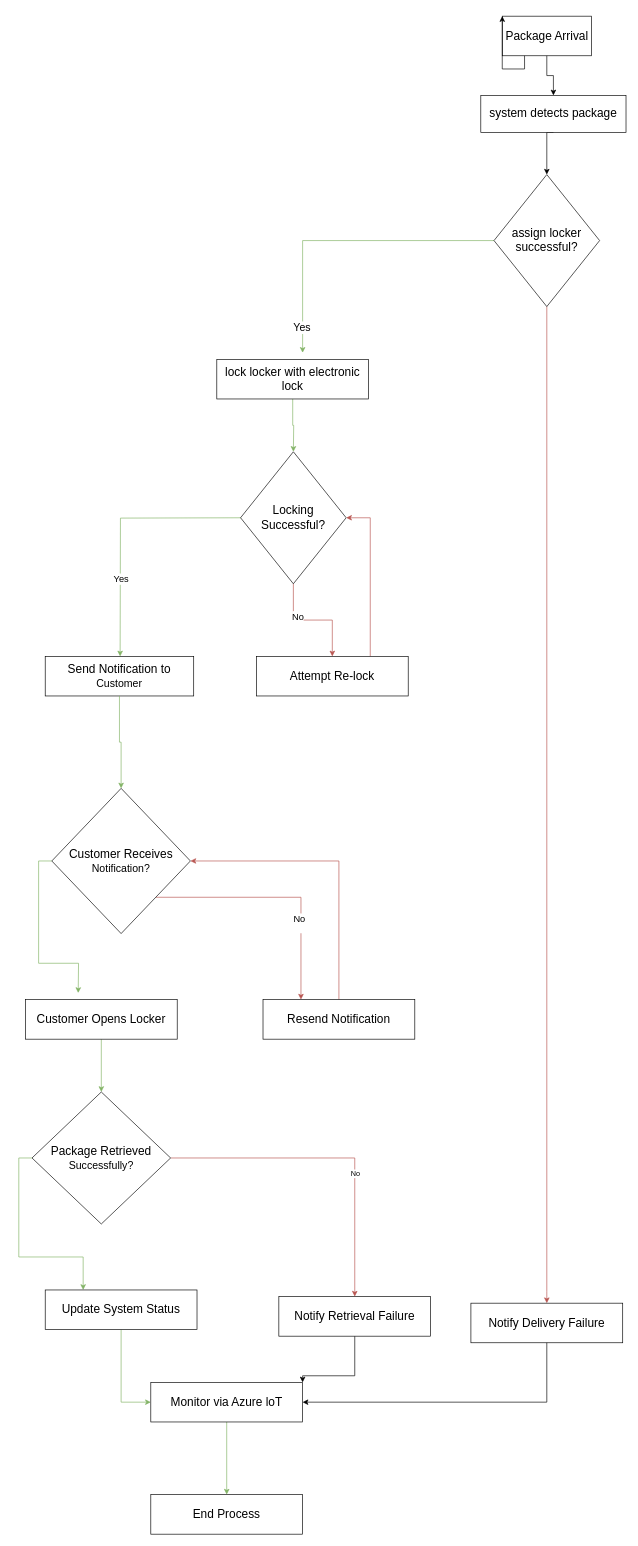
Balagopal-nagulagama/S1-T21 keeps this draw.io diagram as Untitled Diagram.drawio. Above is the earlier version. Source tidied: cells renumbered, new cells numbered last; positions are measured from the earlier drawing's top-left corner, leaving out a move shared by most shapes. Both pictures are drawn from the tidied source at 66%, with x=0, y=0 at pixel (25, 16).
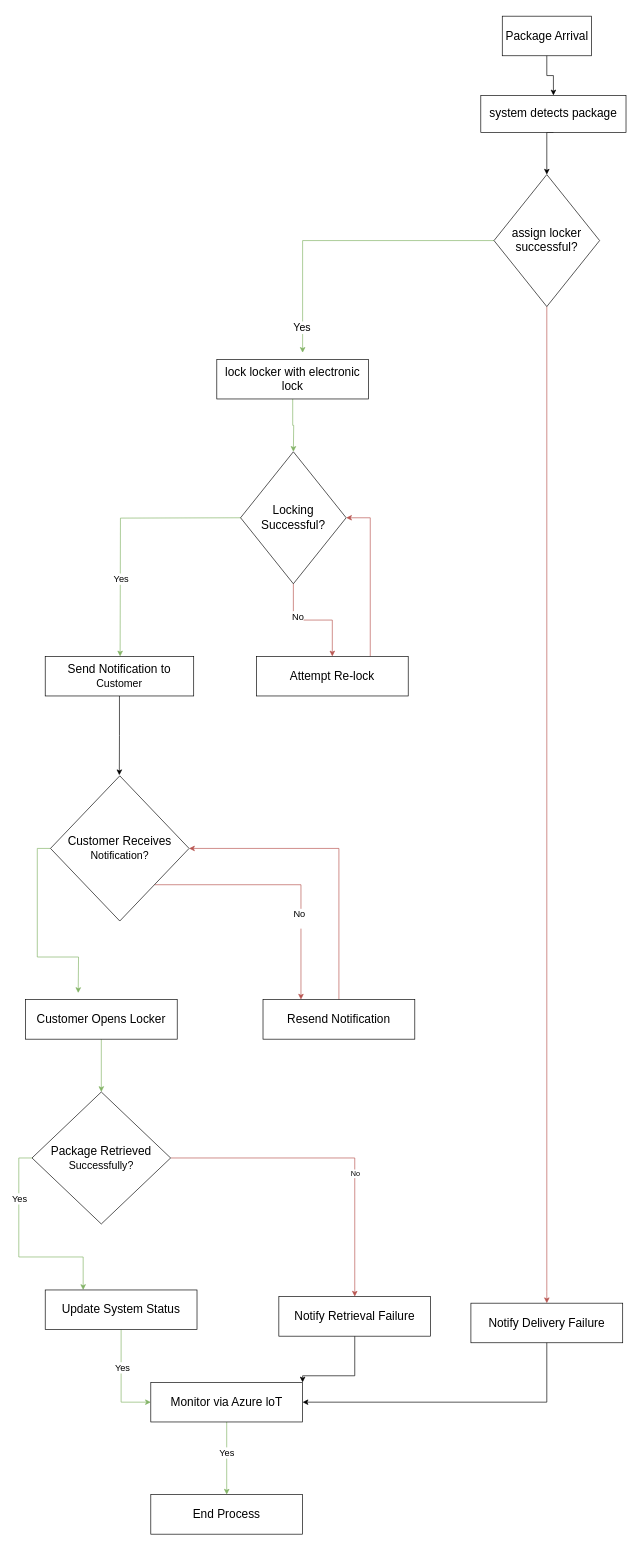
The same page after the edit.

The change refers to these unchanged cells:
```xml
<mxCell id="3" value="&lt;font style=&quot;font-size: 18px;&quot;&gt;Package Arrival&lt;/font&gt;" style="rounded=0;whiteSpace=wrap;html=1;" parent="1" vertex="1">
  <mxGeometry x="722.5" width="135" height="60" as="geometry" />
</mxCell>
<mxCell id="15" value="&lt;div&gt;&lt;font style=&quot;font-size: 18px;&quot;&gt;Send Notification to&lt;/font&gt;&lt;/div&gt;&lt;div&gt;&lt;font size=&quot;3&quot;&gt;Customer&lt;/font&gt;&lt;/div&gt;" style="rounded=0;whiteSpace=wrap;html=1;" parent="1" vertex="1">
  <mxGeometry x="30" y="970" width="225" height="60" as="geometry" />
</mxCell>
<mxCell id="26" style="edgeStyle=orthogonalEdgeStyle;rounded=0;jettySize=auto;html=1;exitX=0;exitY=0.5;exitDx=0;exitDy=0;entryX=0.25;entryY=0;entryDx=0;entryDy=0;fillColor=#d5e8d4;strokeColor=#82b366;gradientColor=#97d077;" parent="1" edge="1" source="29" target="32">
  <mxGeometry relative="1" as="geometry" />
</mxCell>
<mxCell id="31" style="edgeStyle=orthogonalEdgeStyle;rounded=0;jettySize=auto;html=1;exitX=0.5;exitY=1;exitDx=0;exitDy=0;entryX=0;entryY=0.5;entryDx=0;entryDy=0;fillColor=#d5e8d4;gradientColor=#97d077;strokeColor=#82b366;" parent="1" edge="1" source="32" target="37">
  <mxGeometry relative="1" as="geometry" />
</mxCell>
<mxCell id="36" style="edgeStyle=orthogonalEdgeStyle;rounded=0;jettySize=auto;html=1;exitX=0.5;exitY=1;exitDx=0;exitDy=0;entryX=0.5;entryY=0;entryDx=0;entryDy=0;fillColor=#d5e8d4;gradientColor=#97d077;strokeColor=#82b366;" parent="1" edge="1" source="37" target="38">
  <mxGeometry relative="1" as="geometry" />
</mxCell>
```

The edit, as a diff of the source:
```diff
@@
+    <mxCell id="43" style="edgeStyle=orthogonalEdgeStyle;rounded=0;jettySize=auto;html=1;exitX=0.5;exitY=1;exitDx=0;exitDy=0;" parent="1" edge="1" source="15">
+      <mxGeometry relative="1" as="geometry">
+        <mxPoint x="142.3" y="1150" as="targetPoint" />
+      </mxGeometry>
+    </mxCell>
@@
-    <mxCell id="17" style="edgeStyle=orthogonalEdgeStyle;rounded=0;jettySize=auto;html=1;exitX=0.5;exitY=1;exitDx=0;exitDy=0;entryX=0.5;entryY=0;entryDx=0;entryDy=0;fillColor=#d5e8d4;strokeColor=#82b366;" parent="1" edge="1" source="15" target="22">
-      <mxGeometry relative="1" as="geometry" />
-    </mxCell>
@@
     <mxCell id="22" value="&lt;div&gt;&lt;font style=&quot;font-size: 18px;&quot;&gt;Customer Receives&lt;/font&gt;&lt;/div&gt;&lt;div&gt;&lt;font size=&quot;3&quot;&gt;Notification?&lt;/font&gt;&lt;/div&gt;" style="rhombus;whiteSpace=wrap;html=1;" parent="1" vertex="1">
-      <mxGeometry x="40" y="1170" width="210" height="220" as="geometry" />
+      <mxGeometry x="38" y="1151" width="210" height="220" as="geometry" />
     </mxCell>
@@
+    <mxCell id="44" value="&lt;font style=&quot;font-size: 14px;&quot;&gt;Yes&lt;/font&gt;" style="edgeLabel;html=1;align=center;verticalAlign=middle;" parent="26" vertex="1">
+      <mxGeometry x="-0.49" relative="1" as="geometry" />
+    </mxCell>
@@
+    <mxCell id="45" value="&lt;font style=&quot;font-size: 14px;&quot;&gt;Yes&lt;/font&gt;" style="edgeLabel;html=1;align=center;verticalAlign=middle;" parent="31" vertex="1">
+      <mxGeometry x="-0.27" y="1" relative="1" as="geometry" />
+    </mxCell>
@@
+    <mxCell id="46" value="&lt;font style=&quot;font-size: 14px;&quot;&gt;Yes&lt;/font&gt;" style="edgeLabel;html=1;align=center;verticalAlign=middle;" parent="36" vertex="1">
+      <mxGeometry x="-0.17" y="-1" relative="1" as="geometry" />
+    </mxCell>
@@
-    <mxCell id="42" style="edgeStyle=orthogonalEdgeStyle;rounded=0;orthogonalLoop=1;jettySize=auto;html=1;exitX=0.25;exitY=1;exitDx=0;exitDy=0;entryX=0;entryY=0;entryDx=0;entryDy=0;" parent="1" edge="1" source="3" target="3">
-      <mxGeometry relative="1" as="geometry" />
-    </mxCell>
```
